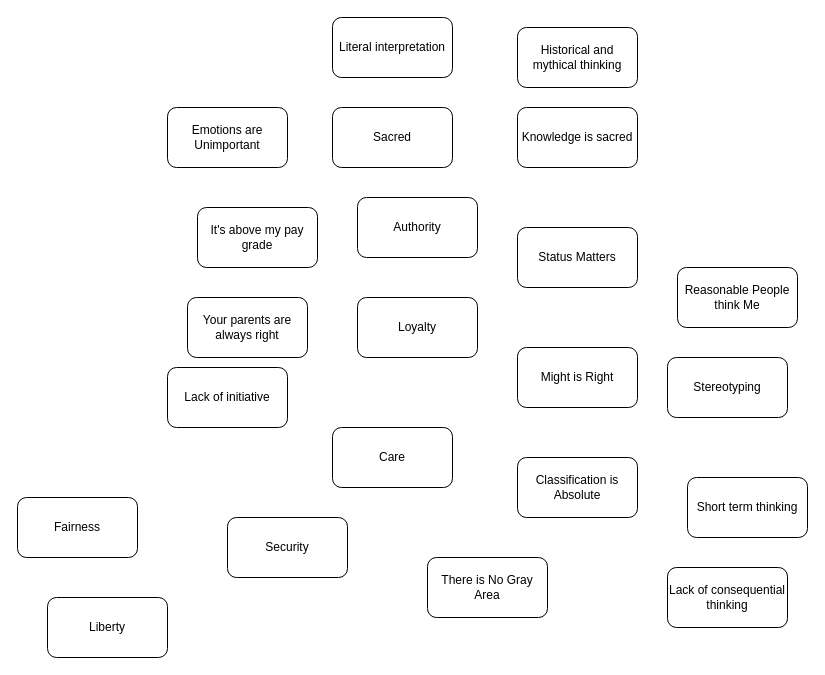
codeaudit/1 keeps this draw.io diagram as memespace_legal.drawio. Above is the earlier version. Source tidied: cells renumbered, new cells numbered last; positions are measured from the earlier drawing's top-left corner, leaving out a move shared by most shapes. Both pictures are drawn from the tidied source at 100%, with x=0, y=0 at pixel (17, 17).
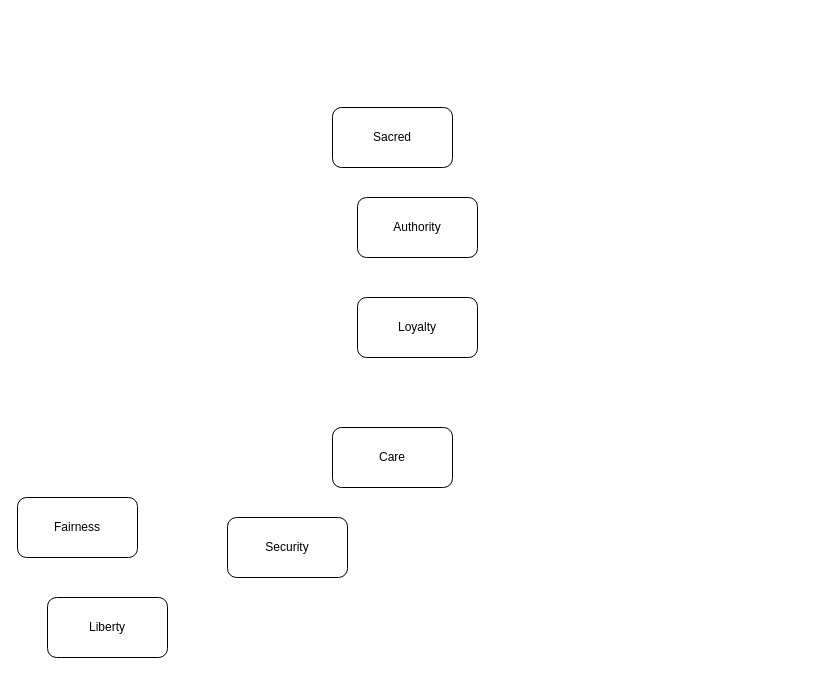
The same diagram, later.

Change to the diagram source:
```diff
@@
-    <mxCell id="2" value="Status Matters" style="rounded=1;whiteSpace=wrap;html=1;" parent="1" vertex="1">
-      <mxGeometry x="500" y="210" width="120" height="60" as="geometry" />
-    </mxCell>
-    <mxCell id="3" value="Knowledge is sacred" style="rounded=1;whiteSpace=wrap;html=1;" parent="1" vertex="1">
-      <mxGeometry x="500" y="90" width="120" height="60" as="geometry" />
-    </mxCell>
@@
-    <mxCell id="11" value="Might is Right" style="rounded=1;whiteSpace=wrap;html=1;" parent="1" vertex="1">
-      <mxGeometry x="500" y="330" width="120" height="60" as="geometry" />
-    </mxCell>
-    <mxCell id="12" value="Classification is Absolute" style="rounded=1;whiteSpace=wrap;html=1;" parent="1" vertex="1">
-      <mxGeometry x="500" y="440" width="120" height="60" as="geometry" />
-    </mxCell>
-    <mxCell id="13" value="Emotions are Unimportant" style="rounded=1;whiteSpace=wrap;html=1;" parent="1" vertex="1">
-      <mxGeometry x="150" y="90" width="120" height="60" as="geometry" />
-    </mxCell>
-    <mxCell id="14" value="There is No Gray Area" style="rounded=1;whiteSpace=wrap;html=1;" parent="1" vertex="1">
-      <mxGeometry x="410" y="540" width="120" height="60" as="geometry" />
-    </mxCell>
-    <mxCell id="15" value="Reasonable People think Me" style="rounded=1;whiteSpace=wrap;html=1;" parent="1" vertex="1">
-      <mxGeometry x="660" y="250" width="120" height="60" as="geometry" />
-    </mxCell>
-    <mxCell id="16" value="It's above my pay grade" style="rounded=1;whiteSpace=wrap;html=1;" parent="1" vertex="1">
-      <mxGeometry x="180" y="190" width="120" height="60" as="geometry" />
-    </mxCell>
-    <mxCell id="17" value="Lack of initiative" style="rounded=1;whiteSpace=wrap;html=1;" parent="1" vertex="1">
-      <mxGeometry x="150" y="350" width="120" height="60" as="geometry" />
-    </mxCell>
-    <mxCell id="18" value="Literal interpretation" style="rounded=1;whiteSpace=wrap;html=1;" parent="1" vertex="1">
-      <mxGeometry x="315" width="120" height="60" as="geometry" />
-    </mxCell>
-    <mxCell id="19" value="Stereotyping" style="rounded=1;whiteSpace=wrap;html=1;" parent="1" vertex="1">
-      <mxGeometry x="650" y="340" width="120" height="60" as="geometry" />
-    </mxCell>
-    <mxCell id="20" value="Lack of consequential thinking" style="rounded=1;whiteSpace=wrap;html=1;" parent="1" vertex="1">
-      <mxGeometry x="650" y="550" width="120" height="60" as="geometry" />
-    </mxCell>
-    <mxCell id="21" value="Short term thinking" style="rounded=1;whiteSpace=wrap;html=1;" parent="1" vertex="1">
-      <mxGeometry x="670" y="460" width="120" height="60" as="geometry" />
-    </mxCell>
-    <mxCell id="22" value="Historical and mythical thinking" style="rounded=1;whiteSpace=wrap;html=1;" parent="1" vertex="1">
-      <mxGeometry x="500" y="10" width="120" height="60" as="geometry" />
-    </mxCell>
-    <mxCell id="23" value="Your parents are always right" style="rounded=1;whiteSpace=wrap;html=1;" parent="1" vertex="1">
-      <mxGeometry x="170" y="280" width="120" height="60" as="geometry" />
-    </mxCell>
```
